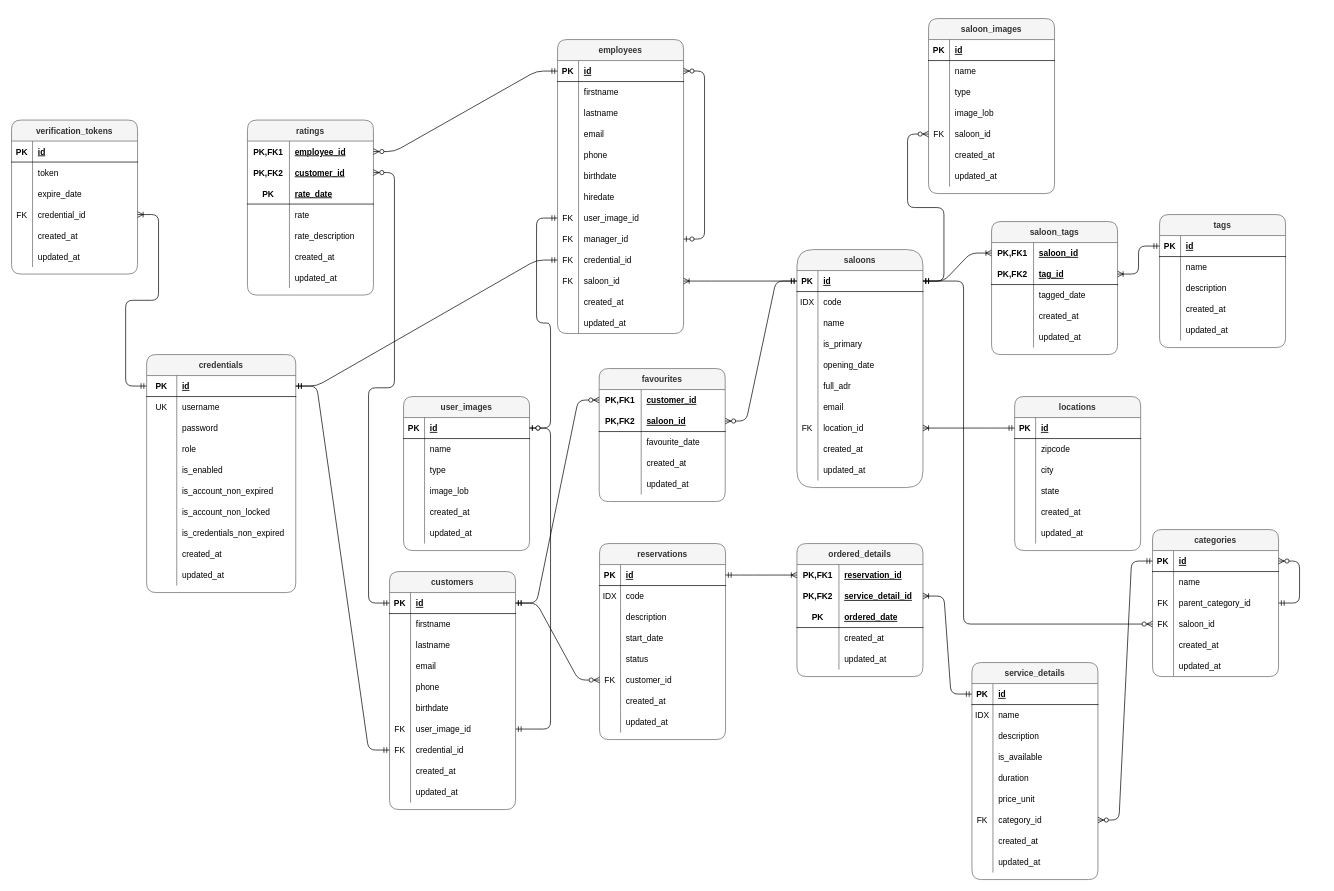
The draw.io diagram docs/doc/cita_erd_diag.drawio in SelimHorri/atic-backend-app, before the edit. Source tidied: cells renumbered, new cells numbered last; positions are measured from the earlier drawing's top-left corner, leaving out a move shared by most shapes. Both pictures are drawn from the tidied source at 70%, with x=0, y=0 at pixel (11, 18).
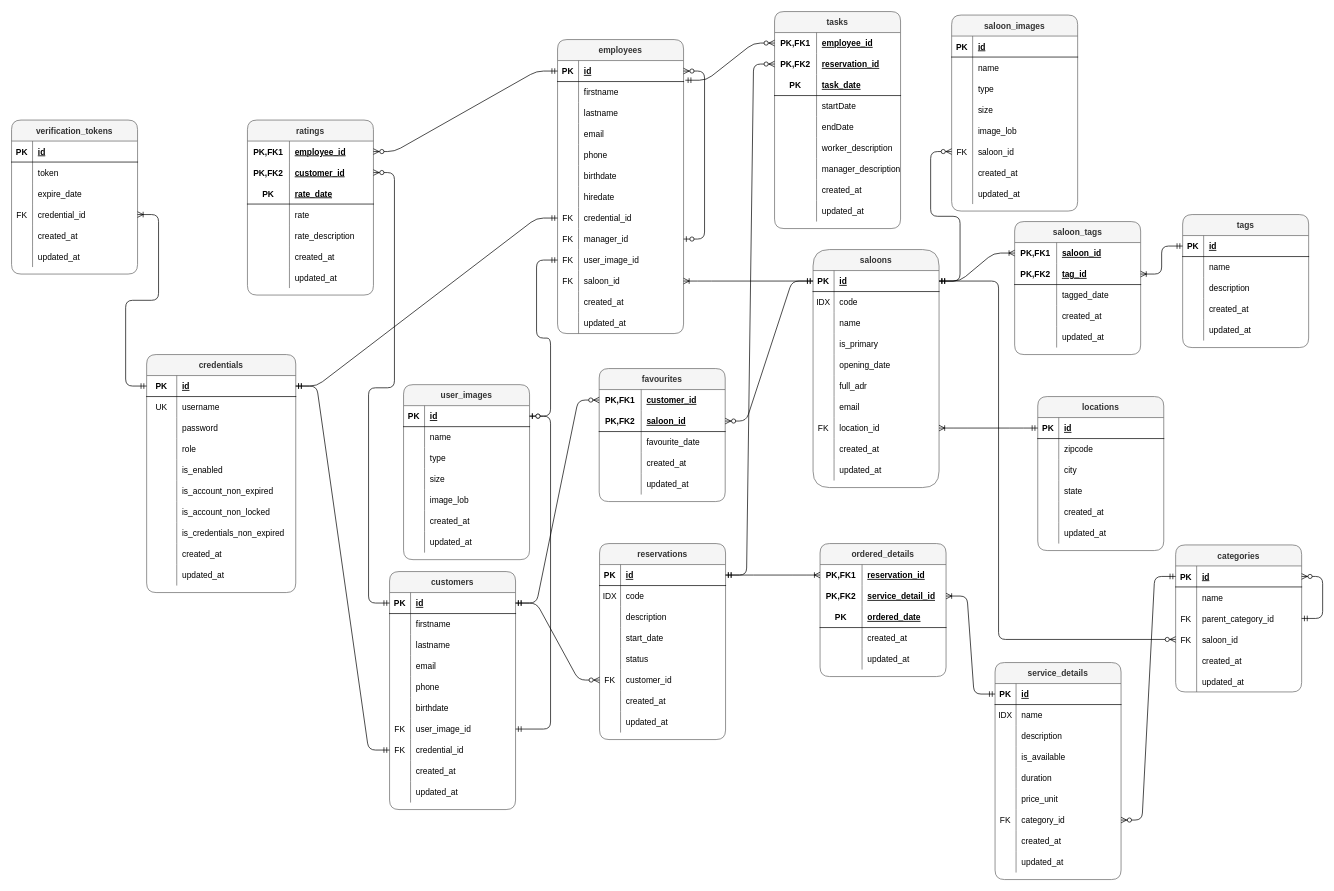
The same diagram, later.

Unchanged cells that the change refers to:
```xml
<mxCell id="33" value="employees" style="shape=table;startSize=30;childLayout=tableLayout;rowLines=0;fontStyle=1;align=center;rounded=1;fillColor=#f5f5f5;fontColor=#333333;strokeColor=#666666;" parent="1" vertex="1">
  <mxGeometry x="780" y="30" width="180" height="420" as="geometry" />
</mxCell>
<mxCell id="34" style="shape=partialRectangle;fillColor=none;top=0;left=0;bottom=1;right=0;points=[[0,0.5],[1,0.5]];portConstraint=eastwest;rounded=1;" parent="33" vertex="1">
  <mxGeometry y="30" width="180" height="30" as="geometry" />
</mxCell>
<mxCell id="67" style="shape=partialRectangle;fillColor=none;top=0;left=0;bottom=0;right=0;rounded=1;" parent="33" vertex="1">
  <mxGeometry y="360" width="180" height="30" as="geometry" />
</mxCell>
<mxCell id="75" style="shape=partialRectangle;fillColor=none;top=0;left=0;bottom=1;right=0;points=[[0,0.5],[1,0.5]];portConstraint=eastwest;rounded=1;" parent="74" vertex="1">
  <mxGeometry y="30" width="180" height="30" as="geometry" />
</mxCell>
<mxCell id="216" style="shape=partialRectangle;fillColor=none;top=0;left=0;bottom=0;right=0;points=[[0,0.5],[1,0.5]];portConstraint=eastwest;rounded=1;" parent="206" vertex="1">
  <mxGeometry y="120" width="180" height="30" as="geometry" />
</mxCell>
<mxCell id="228" style="shape=partialRectangle;fillColor=none;top=0;left=0;bottom=1;right=0;points=[[0,0.5],[1,0.5]];portConstraint=eastwest;rounded=1;" parent="227" vertex="1">
  <mxGeometry y="30" width="180" height="30" as="geometry" />
</mxCell>
```

The edit, as a diff of the source:
```diff
@@
+    <mxCell id="61" style="shape=partialRectangle;fillColor=none;top=0;left=0;bottom=0;right=0;points=[[0,0.5],[1,0.5]];portConstraint=eastwest;rounded=1;" parent="33" vertex="1">
+      <mxGeometry y="240" width="180" height="30" as="geometry" />
+    </mxCell>
+    <mxCell id="62" value="FK" style="shape=partialRectangle;fillColor=none;top=0;left=0;bottom=0;right=0;overflow=hidden;rounded=1;" parent="61" vertex="1">
+      <mxGeometry width="30" height="30" as="geometry" />
+    </mxCell>
+    <mxCell id="63" value="credential_id" style="shape=partialRectangle;fillColor=none;top=0;left=0;bottom=0;right=0;align=left;spacingLeft=6;overflow=hidden;rounded=1;" parent="61" vertex="1">
+      <mxGeometry x="30" width="150" height="30" as="geometry" />
+    </mxCell>
+    <mxCell id="58" style="shape=partialRectangle;fillColor=none;top=0;left=0;bottom=0;right=0;points=[[0,0.5],[1,0.5]];portConstraint=eastwest;rounded=1;" parent="33" vertex="1">
+      <mxGeometry y="270" width="180" height="30" as="geometry" />
+    </mxCell>
+    <mxCell id="59" value="FK" style="shape=partialRectangle;fillColor=none;top=0;left=0;bottom=0;right=0;overflow=hidden;rounded=1;" parent="58" vertex="1">
+      <mxGeometry width="30" height="30" as="geometry" />
+    </mxCell>
+    <mxCell id="60" value="manager_id" style="shape=partialRectangle;fillColor=none;top=0;left=0;bottom=0;right=0;align=left;spacingLeft=6;overflow=hidden;rounded=1;" parent="58" vertex="1">
+      <mxGeometry x="30" width="150" height="30" as="geometry" />
+    </mxCell>
     <mxCell id="55" style="shape=partialRectangle;fillColor=none;top=0;left=0;bottom=0;right=0;points=[[0,0.5],[1,0.5]];portConstraint=eastwest;rounded=1;" parent="33" vertex="1">
-      <mxGeometry y="240" width="180" height="30" as="geometry" />
+      <mxGeometry y="300" width="180" height="30" as="geometry" />
     </mxCell>
@@
-    <mxCell id="58" style="shape=partialRectangle;fillColor=none;top=0;left=0;bottom=0;right=0;points=[[0,0.5],[1,0.5]];portConstraint=eastwest;rounded=1;" parent="33" vertex="1">
-      <mxGeometry y="270" width="180" height="30" as="geometry" />
-    </mxCell>
-    <mxCell id="59" value="FK" style="shape=partialRectangle;fillColor=none;top=0;left=0;bottom=0;right=0;overflow=hidden;rounded=1;" parent="58" vertex="1">
-      <mxGeometry width="30" height="30" as="geometry" />
-    </mxCell>
-    <mxCell id="60" value="manager_id" style="shape=partialRectangle;fillColor=none;top=0;left=0;bottom=0;right=0;align=left;spacingLeft=6;overflow=hidden;rounded=1;" parent="58" vertex="1">
-      <mxGeometry x="30" width="150" height="30" as="geometry" />
-    </mxCell>
-    <mxCell id="61" style="shape=partialRectangle;fillColor=none;top=0;left=0;bottom=0;right=0;points=[[0,0.5],[1,0.5]];portConstraint=eastwest;rounded=1;" parent="33" vertex="1">
-      <mxGeometry y="300" width="180" height="30" as="geometry" />
-    </mxCell>
-    <mxCell id="62" value="FK" style="shape=partialRectangle;fillColor=none;top=0;left=0;bottom=0;right=0;overflow=hidden;rounded=1;" parent="61" vertex="1">
-      <mxGeometry width="30" height="30" as="geometry" />
-    </mxCell>
-    <mxCell id="63" value="credential_id" style="shape=partialRectangle;fillColor=none;top=0;left=0;bottom=0;right=0;align=left;spacingLeft=6;overflow=hidden;rounded=1;" parent="61" vertex="1">
-      <mxGeometry x="30" width="150" height="30" as="geometry" />
-    </mxCell>
@@
-    <mxCell id="68" style="shape=partialRectangle;fillColor=none;top=0;left=0;bottom=0;right=0;overflow=hidden;rounded=1;" parent="67" vertex="1">
-      <mxGeometry width="30" height="30" as="geometry" />
-    </mxCell>
+    <mxCell id="393" style="shape=partialRectangle;fillColor=none;top=0;left=0;bottom=0;right=0;overflow=hidden;rounded=1;" parent="67" vertex="1">
+      <mxGeometry width="30" height="30" as="geometry" />
+    </mxCell>
@@
     <mxCell id="74" value="saloons" style="shape=table;startSize=30;childLayout=tableLayout;rowLines=0;fontStyle=1;align=center;rounded=1;arcSize=26;fillColor=#f5f5f5;fontColor=#333333;strokeColor=#666666;" parent="1" vertex="1">
-      <mxGeometry x="1122" y="330" width="180" height="340" as="geometry" />
+      <mxGeometry x="1145" y="330" width="180" height="340" as="geometry" />
     </mxCell>
@@
     <mxCell id="158" value="locations" style="shape=table;startSize=30;childLayout=tableLayout;rowLines=0;fontStyle=1;align=center;rounded=1;fillColor=#f5f5f5;fontColor=#333333;strokeColor=#666666;" parent="1" vertex="1">
-      <mxGeometry x="1433" y="540" width="180" height="220" as="geometry" />
+      <mxGeometry x="1466" y="540" width="180" height="220" as="geometry" />
     </mxCell>
@@
     <mxCell id="178" value="service_details" style="shape=table;startSize=30;childLayout=tableLayout;rowLines=0;fontStyle=1;align=center;rounded=1;fillColor=#f5f5f5;fontColor=#333333;strokeColor=#666666;" parent="1" vertex="1">
-      <mxGeometry x="1372" y="920" width="180" height="310" as="geometry" />
+      <mxGeometry x="1405" y="920" width="180" height="310" as="geometry" />
     </mxCell>
@@
     <mxCell id="206" value="categories" style="shape=table;startSize=30;childLayout=tableLayout;rowLines=0;fontStyle=1;align=center;rounded=1;fillColor=#f5f5f5;fontColor=#333333;strokeColor=#666666;" parent="1" vertex="1">
-      <mxGeometry x="1630" y="730" width="180" height="210" as="geometry" />
+      <mxGeometry x="1663" y="752" width="180" height="210" as="geometry" />
     </mxCell>
@@
     <mxCell id="253" value="ordered_details" style="shape=table;startSize=30;childLayout=tableLayout;rowLines=0;fontStyle=1;align=center;rounded=1;fillColor=#f5f5f5;fontColor=#333333;strokeColor=#666666;" parent="1" vertex="1">
-      <mxGeometry x="1122" y="750" width="180" height="190" as="geometry" />
+      <mxGeometry x="1155" y="750" width="180" height="190" as="geometry" />
     </mxCell>
@@
     <mxCell id="272" value="tags" style="shape=table;startSize=30;childLayout=tableLayout;rowLines=0;fontStyle=1;align=center;rounded=1;fillColor=#f5f5f5;fontColor=#333333;strokeColor=#666666;" parent="1" vertex="1">
-      <mxGeometry x="1640" y="280" width="180" height="190" as="geometry" />
+      <mxGeometry x="1673" y="280" width="180" height="190" as="geometry" />
     </mxCell>
@@
     <mxCell id="330" value="saloon_images" style="shape=table;startSize=30;childLayout=tableLayout;rowLines=0;fontStyle=1;align=center;rounded=1;fillColor=#f5f5f5;fontColor=#333333;strokeColor=#666666;" parent="1" vertex="1">
-      <mxGeometry x="1310" width="180" height="250" as="geometry" />
+      <mxGeometry x="1343" y="-5" width="180" height="280" as="geometry" />
     </mxCell>
@@
+    <mxCell id="394" style="shape=tableRow;horizontal=0;startSize=0;swimlaneHead=0;swimlaneBody=0;fillColor=none;top=0;left=0;right=0;bottom=0;rounded=1;" parent="330" vertex="1">
+      <mxGeometry y="120" width="180" height="30" as="geometry" />
+    </mxCell>
+    <mxCell id="395" style="shape=partialRectangle;fillColor=none;top=0;left=0;bottom=0;right=0;overflow=hidden;rounded=1;" parent="394" vertex="1">
+      <mxGeometry width="30" height="30" as="geometry" />
+    </mxCell>
+    <mxCell id="396" value="size" style="shape=partialRectangle;fillColor=none;top=0;left=0;bottom=0;right=0;align=left;spacingLeft=6;overflow=hidden;rounded=1;" parent="394" vertex="1">
+      <mxGeometry x="30" width="150" height="30" as="geometry" />
+    </mxCell>
     <mxCell id="340" style="shape=tableRow;horizontal=0;startSize=0;swimlaneHead=0;swimlaneBody=0;fillColor=none;top=0;left=0;right=0;bottom=0;rounded=1;" parent="330" vertex="1">
-      <mxGeometry y="120" width="180" height="30" as="geometry" />
+      <mxGeometry y="150" width="180" height="30" as="geometry" />
     </mxCell>
@@
     <mxCell id="343" style="shape=tableRow;horizontal=0;startSize=0;swimlaneHead=0;swimlaneBody=0;fillColor=none;points=[[0,0.5],[1,0.5]];portConstraint=eastwest;top=0;left=0;right=0;bottom=0;rounded=1;" parent="330" vertex="1">
-      <mxGeometry y="150" width="180" height="30" as="geometry" />
+      <mxGeometry y="180" width="180" height="30" as="geometry" />
     </mxCell>
@@
     <mxCell id="346" style="shape=tableRow;horizontal=0;startSize=0;swimlaneHead=0;swimlaneBody=0;fillColor=none;top=0;left=0;right=0;bottom=0;rounded=1;" parent="330" vertex="1">
-      <mxGeometry y="180" width="180" height="30" as="geometry" />
+      <mxGeometry y="210" width="180" height="30" as="geometry" />
     </mxCell>
@@
     <mxCell id="349" style="shape=tableRow;horizontal=0;startSize=0;swimlaneHead=0;swimlaneBody=0;fillColor=none;top=0;left=0;right=0;bottom=0;rounded=1;" parent="330" vertex="1">
-      <mxGeometry y="210" width="180" height="30" as="geometry" />
+      <mxGeometry y="240" width="180" height="30" as="geometry" />
     </mxCell>
@@
     <mxCell id="353" style="fontSize=12;html=1;endArrow=ERzeroToMany;startArrow=ERmandOne;rounded=1;sketch=0;edgeStyle=elbowEdgeStyle;" parent="1" edge="1" source="75" target="216">
       <mxGeometry relative="1" as="geometry">
         <Array as="points">
-          <mxPoint x="1360" y="500" />
-          <mxPoint x="1390" y="500" />
+          <mxPoint x="1410" y="620" />
+          <mxPoint x="1498" y="500" />
         </Array>
       </mxGeometry>
     </mxCell>
     <mxCell id="354" value="saloon_tags" style="shape=table;startSize=30;childLayout=tableLayout;rowLines=0;fontStyle=1;align=center;rounded=1;sketch=0;fillColor=#f5f5f5;fontColor=#333333;strokeColor=#666666;" parent="1" vertex="1">
-      <mxGeometry x="1400" y="290" width="180" height="190" as="geometry" />
+      <mxGeometry x="1433" y="290" width="180" height="190" as="geometry" />
     </mxCell>
@@
     <mxCell id="372" value="user_images" style="shape=table;startSize=30;childLayout=tableLayout;rowLines=0;fontStyle=1;align=center;rounded=1;sketch=0;fillColor=#f5f5f5;fontColor=#333333;strokeColor=#666666;" parent="1" vertex="1">
-      <mxGeometry x="560" y="540" width="180" height="220" as="geometry" />
+      <mxGeometry x="560" y="523" width="180" height="250" as="geometry" />
     </mxCell>
@@
+    <mxCell id="397" style="shape=tableRow;horizontal=0;startSize=0;swimlaneHead=0;swimlaneBody=0;fillColor=none;top=0;left=0;right=0;bottom=0;rounded=1;sketch=0;" parent="372" vertex="1">
+      <mxGeometry y="120" width="180" height="30" as="geometry" />
+    </mxCell>
+    <mxCell id="398" style="shape=partialRectangle;fillColor=none;top=0;left=0;bottom=0;right=0;overflow=hidden;rounded=1;sketch=0;" parent="397" vertex="1">
+      <mxGeometry width="30" height="30" as="geometry" />
+    </mxCell>
+    <mxCell id="399" value="size" style="shape=partialRectangle;fillColor=none;top=0;left=0;bottom=0;right=0;align=left;spacingLeft=6;overflow=hidden;rounded=1;sketch=0;" parent="397" vertex="1">
+      <mxGeometry x="30" width="150" height="30" as="geometry" />
+    </mxCell>
     <mxCell id="382" style="shape=tableRow;horizontal=0;startSize=0;swimlaneHead=0;swimlaneBody=0;fillColor=none;top=0;left=0;right=0;bottom=0;rounded=1;sketch=0;" parent="372" vertex="1">
-      <mxGeometry y="120" width="180" height="30" as="geometry" />
+      <mxGeometry y="150" width="180" height="30" as="geometry" />
     </mxCell>
@@
     <mxCell id="385" style="shape=tableRow;horizontal=0;startSize=0;swimlaneHead=0;swimlaneBody=0;fillColor=none;top=0;left=0;right=0;bottom=0;rounded=1;sketch=0;" parent="372" vertex="1">
-      <mxGeometry y="150" width="180" height="30" as="geometry" />
+      <mxGeometry y="180" width="180" height="30" as="geometry" />
     </mxCell>
@@
     <mxCell id="388" style="shape=tableRow;horizontal=0;startSize=0;swimlaneHead=0;swimlaneBody=0;fillColor=none;top=0;left=0;right=0;bottom=0;rounded=1;sketch=0;" parent="372" vertex="1">
-      <mxGeometry y="180" width="180" height="30" as="geometry" />
+      <mxGeometry y="210" width="180" height="30" as="geometry" />
     </mxCell>
@@
+    <mxCell id="400" value="tasks" style="shape=table;startSize=30;childLayout=tableLayout;rowLines=0;fontStyle=1;align=center;rounded=1;fillColor=#f5f5f5;fontColor=#333333;strokeColor=#666666;" parent="1" vertex="1">
+      <mxGeometry x="1090" y="-10" width="180" height="310" as="geometry" />
+    </mxCell>
+    <mxCell id="401" style="shape=partialRectangle;fillColor=none;top=0;left=0;bottom=0;right=0;points=[[0,0.5],[1,0.5]];portConstraint=eastwest;rounded=1;" parent="400" vertex="1">
+      <mxGeometry y="30" width="180" height="30" as="geometry" />
+    </mxCell>
+    <mxCell id="402" value="PK,FK1" style="shape=partialRectangle;fillColor=none;top=0;left=0;bottom=0;right=0;fontStyle=1;overflow=hidden;rounded=1;" parent="401" vertex="1">
+      <mxGeometry width="60" height="30" as="geometry" />
+    </mxCell>
+    <mxCell id="403" value="employee_id" style="shape=partialRectangle;fillColor=none;top=0;left=0;bottom=0;right=0;align=left;spacingLeft=6;fontStyle=5;overflow=hidden;rounded=1;" parent="401" vertex="1">
+      <mxGeometry x="60" width="120" height="30" as="geometry" />
+    </mxCell>
+    <mxCell id="404" style="shape=partialRectangle;fillColor=none;top=0;left=0;bottom=0;right=0;points=[[0,0.5],[1,0.5]];portConstraint=eastwest;rounded=1;" parent="400" vertex="1">
+      <mxGeometry y="60" width="180" height="30" as="geometry" />
+    </mxCell>
+    <mxCell id="405" value="PK,FK2" style="shape=partialRectangle;fillColor=none;top=0;left=0;bottom=0;right=0;fontStyle=1;overflow=hidden;rounded=1;" parent="404" vertex="1">
+      <mxGeometry width="60" height="30" as="geometry" />
+    </mxCell>
+    <mxCell id="406" value="reservation_id" style="shape=partialRectangle;fillColor=none;top=0;left=0;bottom=0;right=0;align=left;spacingLeft=6;fontStyle=5;overflow=hidden;rounded=1;" parent="404" vertex="1">
+      <mxGeometry x="60" width="120" height="30" as="geometry" />
+    </mxCell>
+    <mxCell id="407" style="shape=partialRectangle;fillColor=none;top=0;left=0;bottom=1;right=0;rounded=1;" parent="400" vertex="1">
+      <mxGeometry y="90" width="180" height="30" as="geometry" />
+    </mxCell>
+    <mxCell id="408" value="PK" style="shape=partialRectangle;fillColor=none;top=0;left=0;bottom=0;right=0;fontStyle=1;overflow=hidden;rounded=1;" parent="407" vertex="1">
+      <mxGeometry width="60" height="30" as="geometry" />
+    </mxCell>
+    <mxCell id="409" value="task_date" style="shape=partialRectangle;fillColor=none;top=0;left=0;bottom=0;right=0;align=left;spacingLeft=6;fontStyle=5;overflow=hidden;rounded=1;" parent="407" vertex="1">
+      <mxGeometry x="60" width="120" height="30" as="geometry" />
+    </mxCell>
+    <mxCell id="410" style="shape=partialRectangle;fillColor=none;top=0;left=0;bottom=0;right=0;rounded=1;" parent="400" vertex="1">
+      <mxGeometry y="120" width="180" height="30" as="geometry" />
+    </mxCell>
+    <mxCell id="411" style="shape=partialRectangle;fillColor=none;top=0;left=0;bottom=0;right=0;overflow=hidden;rounded=1;" parent="410" vertex="1">
+      <mxGeometry width="60" height="30" as="geometry" />
+    </mxCell>
+    <mxCell id="412" value="startDate" style="shape=partialRectangle;fillColor=none;top=0;left=0;bottom=0;right=0;align=left;spacingLeft=6;overflow=hidden;rounded=1;" parent="410" vertex="1">
+      <mxGeometry x="60" width="120" height="30" as="geometry" />
+    </mxCell>
+    <mxCell id="413" style="shape=partialRectangle;fillColor=none;top=0;left=0;bottom=0;right=0;rounded=1;" parent="400" vertex="1">
+      <mxGeometry y="150" width="180" height="30" as="geometry" />
+    </mxCell>
+    <mxCell id="414" style="shape=partialRectangle;fillColor=none;top=0;left=0;bottom=0;right=0;overflow=hidden;rounded=1;" parent="413" vertex="1">
+      <mxGeometry width="60" height="30" as="geometry" />
+    </mxCell>
+    <mxCell id="415" value="endDate" style="shape=partialRectangle;fillColor=none;top=0;left=0;bottom=0;right=0;align=left;spacingLeft=6;overflow=hidden;rounded=1;" parent="413" vertex="1">
+      <mxGeometry x="60" width="120" height="30" as="geometry" />
+    </mxCell>
+    <mxCell id="416" style="shape=partialRectangle;fillColor=none;top=0;left=0;bottom=0;right=0;rounded=1;" parent="400" vertex="1">
+      <mxGeometry y="180" width="180" height="30" as="geometry" />
+    </mxCell>
+    <mxCell id="417" style="shape=partialRectangle;fillColor=none;top=0;left=0;bottom=0;right=0;overflow=hidden;rounded=1;" parent="416" vertex="1">
+      <mxGeometry width="60" height="30" as="geometry" />
+    </mxCell>
+    <mxCell id="418" value="worker_description" style="shape=partialRectangle;fillColor=none;top=0;left=0;bottom=0;right=0;align=left;spacingLeft=6;overflow=hidden;rounded=1;" parent="416" vertex="1">
+      <mxGeometry x="60" width="120" height="30" as="geometry" />
+    </mxCell>
+    <mxCell id="419" style="shape=partialRectangle;fillColor=none;top=0;left=0;bottom=0;right=0;rounded=1;" parent="400" vertex="1">
+      <mxGeometry y="210" width="180" height="30" as="geometry" />
+    </mxCell>
+    <mxCell id="420" style="shape=partialRectangle;fillColor=none;top=0;left=0;bottom=0;right=0;overflow=hidden;rounded=1;" parent="419" vertex="1">
+      <mxGeometry width="60" height="30" as="geometry" />
+    </mxCell>
+    <mxCell id="421" value="manager_description" style="shape=partialRectangle;fillColor=none;top=0;left=0;bottom=0;right=0;align=left;spacingLeft=6;overflow=hidden;rounded=1;" parent="419" vertex="1">
+      <mxGeometry x="60" width="120" height="30" as="geometry" />
+    </mxCell>
+    <mxCell id="422" style="shape=partialRectangle;fillColor=none;top=0;left=0;bottom=0;right=0;rounded=1;" parent="400" vertex="1">
+      <mxGeometry y="240" width="180" height="30" as="geometry" />
+    </mxCell>
+    <mxCell id="423" style="shape=partialRectangle;fillColor=none;top=0;left=0;bottom=0;right=0;overflow=hidden;rounded=1;" parent="422" vertex="1">
+      <mxGeometry width="60" height="30" as="geometry" />
+    </mxCell>
+    <mxCell id="424" value="created_at" style="shape=partialRectangle;fillColor=none;top=0;left=0;bottom=0;right=0;align=left;spacingLeft=6;overflow=hidden;rounded=1;" parent="422" vertex="1">
+      <mxGeometry x="60" width="120" height="30" as="geometry" />
+    </mxCell>
+    <mxCell id="425" style="shape=partialRectangle;fillColor=none;top=0;left=0;bottom=0;right=0;rounded=1;" parent="400" vertex="1">
+      <mxGeometry y="270" width="180" height="30" as="geometry" />
+    </mxCell>
+    <mxCell id="426" style="shape=partialRectangle;fillColor=none;top=0;left=0;bottom=0;right=0;overflow=hidden;rounded=1;" parent="425" vertex="1">
+      <mxGeometry width="60" height="30" as="geometry" />
+    </mxCell>
+    <mxCell id="427" value="updated_at" style="shape=partialRectangle;fillColor=none;top=0;left=0;bottom=0;right=0;align=left;spacingLeft=6;overflow=hidden;rounded=1;" parent="425" vertex="1">
+      <mxGeometry x="60" width="120" height="30" as="geometry" />
+    </mxCell>
+    <mxCell id="428" style="edgeStyle=entityRelationEdgeStyle;fontSize=12;html=1;endArrow=ERzeroToMany;startArrow=ERmandOne;rounded=1;exitX=1.014;exitY=0.937;exitDx=0;exitDy=0;exitPerimeter=0;" parent="1" edge="1" source="34" target="401">
+      <mxGeometry relative="1" as="geometry" />
+    </mxCell>
+    <mxCell id="429" style="edgeStyle=entityRelationEdgeStyle;fontSize=12;html=1;endArrow=ERzeroToMany;startArrow=ERmandOne;rounded=1;" parent="1" edge="1" source="228" target="404">
+      <mxGeometry relative="1" as="geometry" />
+    </mxCell>
```
